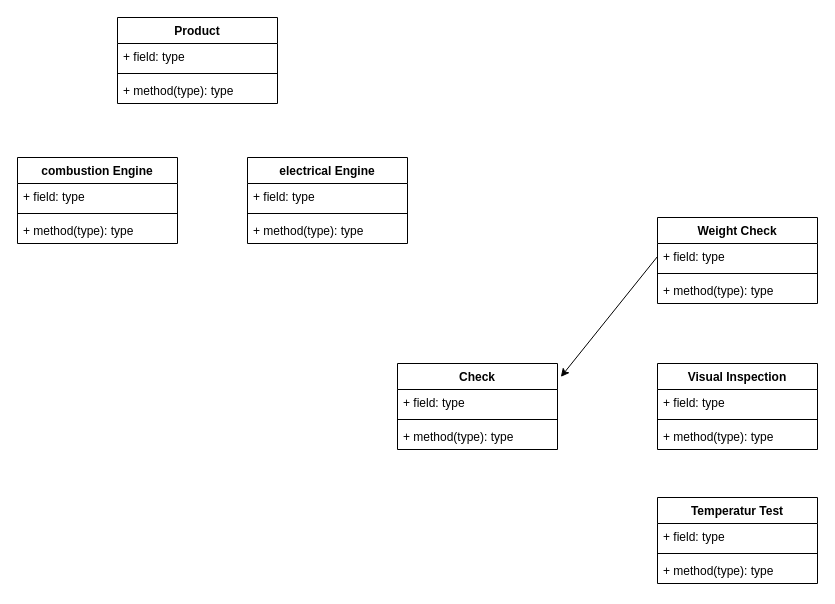
This is courses/coding-in-C++/Lab_4/mySolution/TestPipline/TestPipline.drawio from JuliusF15/study-code, a draw.io file, before an edit. Source tidied: cells renumbered, new cells numbered last; positions are measured from the earlier drawing's top-left corner, leaving out a move shared by most shapes. Both pictures are drawn from the tidied source at 100%, with x=0, y=0 at pixel (17, 17).
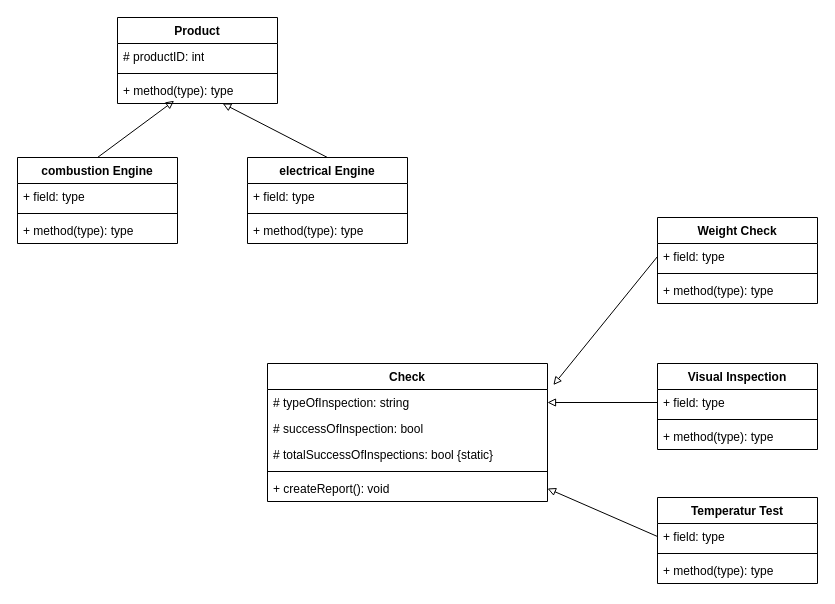
The same page after the edit.

Unchanged cells that the change refers to:
```xml
<mxCell id="7" value="+ field: type" style="text;strokeColor=none;fillColor=none;align=left;verticalAlign=top;spacingLeft=4;spacingRight=4;overflow=hidden;points=[[0,0.5],[1,0.5]];portConstraint=eastwest;whiteSpace=wrap;html=1;" parent="6" vertex="1">
  <mxGeometry y="26" width="160" height="26" as="geometry" />
</mxCell>
<mxCell id="11" value="+ field: type" style="text;strokeColor=none;fillColor=none;align=left;verticalAlign=top;spacingLeft=4;spacingRight=4;overflow=hidden;points=[[0,0.5],[1,0.5]];portConstraint=eastwest;whiteSpace=wrap;html=1;" parent="10" vertex="1">
  <mxGeometry y="26" width="160" height="26" as="geometry" />
</mxCell>
<mxCell id="15" value="+ field: type" style="text;strokeColor=none;fillColor=none;align=left;verticalAlign=top;spacingLeft=4;spacingRight=4;overflow=hidden;points=[[0,0.5],[1,0.5]];portConstraint=eastwest;whiteSpace=wrap;html=1;" parent="14" vertex="1">
  <mxGeometry y="26" width="160" height="26" as="geometry" />
</mxCell>
<mxCell id="18" value="Product" style="swimlane;fontStyle=1;align=center;verticalAlign=top;horizontal=1;startSize=26;whiteSpace=wrap;html=1;" parent="1" vertex="1">
  <mxGeometry x="100" width="160" height="86" as="geometry" />
</mxCell>
<mxCell id="21" value="+ method(type): type" style="text;strokeColor=none;fillColor=none;align=left;verticalAlign=top;spacingLeft=4;spacingRight=4;overflow=hidden;points=[[0,0.5],[1,0.5]];portConstraint=eastwest;whiteSpace=wrap;html=1;" parent="18" vertex="1">
  <mxGeometry y="60" width="160" height="26" as="geometry" />
</mxCell>
<mxCell id="22" value="combustion Engine" style="swimlane;fontStyle=1;align=center;verticalAlign=top;horizontal=1;startSize=26;whiteSpace=wrap;html=1;" parent="1" vertex="1">
  <mxGeometry y="140" width="160" height="86" as="geometry" />
</mxCell>
<mxCell id="26" value="electrical Engine" style="swimlane;fontStyle=1;align=center;verticalAlign=top;horizontal=1;startSize=26;whiteSpace=wrap;html=1;" parent="1" vertex="1">
  <mxGeometry x="230" y="140" width="160" height="86" as="geometry" />
</mxCell>
```

The edit, as a diff of the source:
```diff
@@
     <mxCell id="2" value="Check" style="swimlane;fontStyle=1;align=center;verticalAlign=top;horizontal=1;startSize=26;whiteSpace=wrap;html=1;" parent="1" vertex="1">
-      <mxGeometry x="380" y="346" width="160" height="86" as="geometry" />
+      <mxGeometry x="250" y="346" width="280" height="138" as="geometry" />
     </mxCell>
-    <mxCell id="3" value="+ field: type" style="text;strokeColor=none;fillColor=none;align=left;verticalAlign=top;spacingLeft=4;spacingRight=4;overflow=hidden;points=[[0,0.5],[1,0.5]];portConstraint=eastwest;whiteSpace=wrap;html=1;" parent="2" vertex="1">
-      <mxGeometry y="26" width="160" height="26" as="geometry" />
+    <mxCell id="3" value="# typeOfInspection: string" style="text;strokeColor=none;fillColor=none;align=left;verticalAlign=top;spacingLeft=4;spacingRight=4;overflow=hidden;points=[[0,0.5],[1,0.5]];portConstraint=eastwest;whiteSpace=wrap;html=1;" parent="2" vertex="1">
+      <mxGeometry y="26" width="280" height="26" as="geometry" />
     </mxCell>
+    <mxCell id="31" value="# successOfInspection: bool" style="text;strokeColor=none;fillColor=none;align=left;verticalAlign=top;spacingLeft=4;spacingRight=4;overflow=hidden;whiteSpace=wrap;html=1;" parent="2" vertex="1">
+      <mxGeometry y="52" width="280" height="26" as="geometry" />
+    </mxCell>
+    <mxCell id="32" value="# totalSuccessOfInspections: bool {static}" style="text;strokeColor=none;fillColor=none;align=left;verticalAlign=top;spacingLeft=4;spacingRight=4;overflow=hidden;whiteSpace=wrap;html=1;" parent="2" vertex="1">
+      <mxGeometry y="78" width="280" height="26" as="geometry" />
+    </mxCell>
     <mxCell id="4" style="line;strokeWidth=1;fillColor=none;align=left;verticalAlign=middle;spacingTop=-1;spacingLeft=3;spacingRight=3;labelPosition=right;strokeColor=inherit;" parent="2" vertex="1">
-      <mxGeometry y="52" width="160" height="8" as="geometry" />
+      <mxGeometry y="104" width="280" height="8" as="geometry" />
     </mxCell>
-    <mxCell id="5" value="+ method(type): type" style="text;strokeColor=none;fillColor=none;align=left;verticalAlign=top;spacingLeft=4;spacingRight=4;overflow=hidden;points=[[0,0.5],[1,0.5]];portConstraint=eastwest;whiteSpace=wrap;html=1;" parent="2" vertex="1">
-      <mxGeometry y="60" width="160" height="26" as="geometry" />
+    <mxCell id="5" value="+ createReport(): void" style="text;strokeColor=none;fillColor=none;align=left;verticalAlign=top;spacingLeft=4;spacingRight=4;overflow=hidden;points=[[0,0.5],[1,0.5]];portConstraint=eastwest;whiteSpace=wrap;html=1;" parent="2" vertex="1">
+      <mxGeometry y="112" width="280" height="26" as="geometry" />
     </mxCell>
@@
-    <mxCell id="19" value="+ field: type" style="text;strokeColor=none;fillColor=none;align=left;verticalAlign=top;spacingLeft=4;spacingRight=4;overflow=hidden;whiteSpace=wrap;html=1;" parent="18" vertex="1">
+    <mxCell id="19" value="# productID: int" style="text;strokeColor=none;fillColor=none;align=left;verticalAlign=top;spacingLeft=4;spacingRight=4;overflow=hidden;whiteSpace=wrap;html=1;" parent="18" vertex="1">
       <mxGeometry y="26" width="160" height="26" as="geometry" />
     </mxCell>
@@
+    <mxCell id="33" style="edgeStyle=none;html=1;exitX=0.5;exitY=0;exitDx=0;exitDy=0;endArrow=block;endFill=0;" parent="1" edge="1" source="26" target="21">
+      <mxGeometry relative="1" as="geometry" />
+    </mxCell>
@@
-    <mxCell id="30" style="edgeStyle=none;html=1;exitX=0;exitY=0.5;exitDx=0;exitDy=0;entryX=1.021;entryY=0.156;entryDx=0;entryDy=0;entryPerimeter=0;" parent="1" edge="1" source="7" target="2">
+    <mxCell id="30" style="edgeStyle=none;html=1;exitX=0;exitY=0.5;exitDx=0;exitDy=0;entryX=1.021;entryY=0.156;entryDx=0;entryDy=0;entryPerimeter=0;endArrow=block;endFill=0;" parent="1" edge="1" source="7" target="2">
       <mxGeometry relative="1" as="geometry" />
     </mxCell>
+    <mxCell id="34" style="edgeStyle=none;html=1;exitX=0;exitY=0.5;exitDx=0;exitDy=0;entryX=1;entryY=0.5;entryDx=0;entryDy=0;endArrow=block;endFill=0;" parent="1" edge="1" source="11" target="3">
+      <mxGeometry relative="1" as="geometry" />
+    </mxCell>
+    <mxCell id="35" style="edgeStyle=none;html=1;exitX=0;exitY=0.5;exitDx=0;exitDy=0;entryX=1;entryY=0.5;entryDx=0;entryDy=0;endArrow=block;endFill=0;" parent="1" edge="1" source="15" target="5">
+      <mxGeometry relative="1" as="geometry" />
+    </mxCell>
+    <mxCell id="36" style="edgeStyle=none;html=1;exitX=0.5;exitY=0;exitDx=0;exitDy=0;entryX=0.354;entryY=0.895;entryDx=0;entryDy=0;entryPerimeter=0;endArrow=block;endFill=0;" parent="1" edge="1" source="22" target="21">
+      <mxGeometry relative="1" as="geometry" />
+    </mxCell>
```
